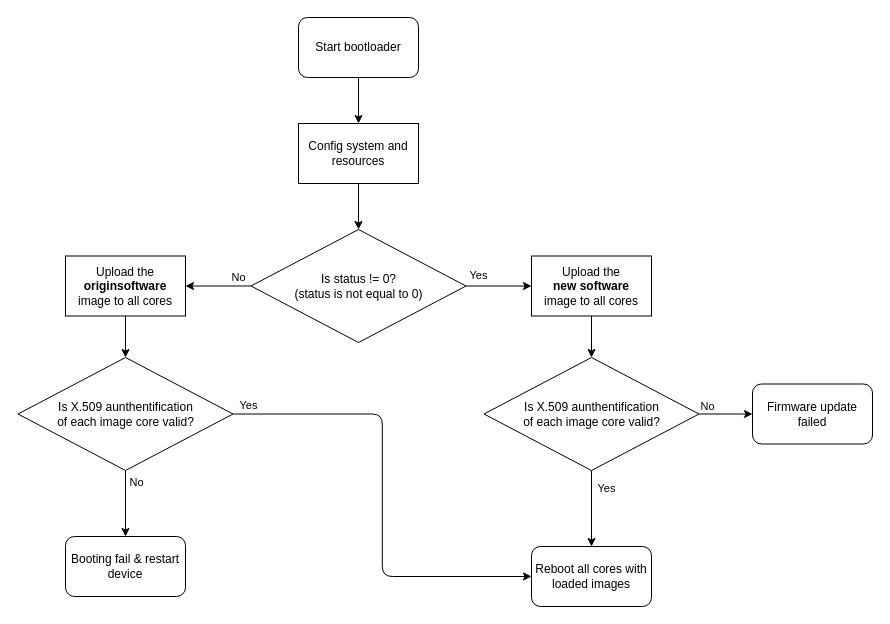
petrkucerak/diplom-thesis keeps this draw.io diagram as schematic/05-sw-flow-bootloader.drawio. Above is the earlier version. Source tidied: cells renumbered, new cells numbered last; positions are measured from the earlier drawing's top-left corner, leaving out a move shared by most shapes. Both pictures are drawn from the tidied source at 100%, with x=0, y=0 at pixel (18, 17).
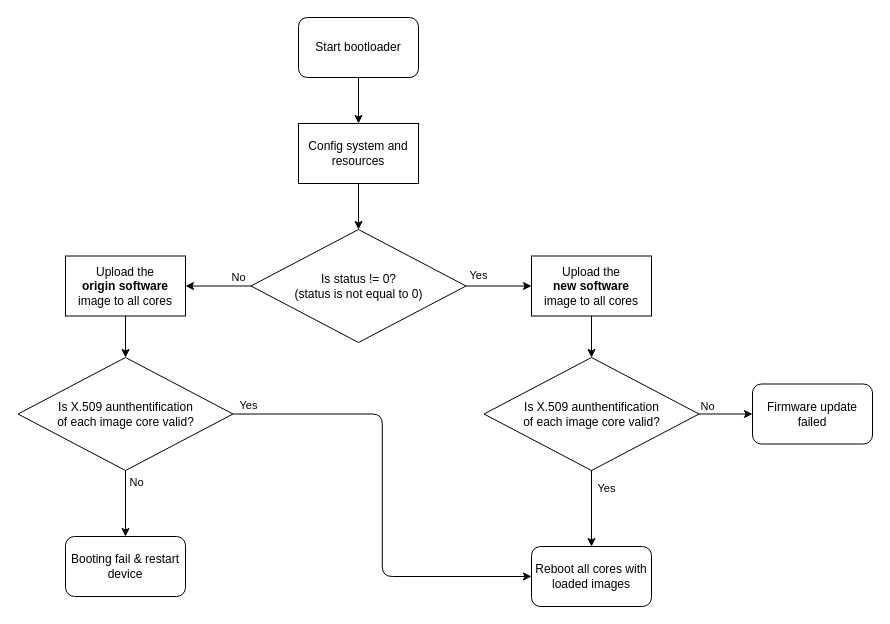
The same diagram, later.

Diff of the diagram source:
```diff
@@
-    <mxCell id="20" value="Upload the&lt;font color=&quot;#000000&quot;&gt;&lt;br&gt;&lt;/font&gt;&lt;b&gt;originsoftware&lt;br&gt;&lt;/b&gt;image to all cores" style="rounded=0;whiteSpace=wrap;html=1;" parent="1" vertex="1">
+    <mxCell id="20" value="Upload the&lt;font color=&quot;#000000&quot;&gt;&lt;br&gt;&lt;/font&gt;&lt;b&gt;origin software&lt;br&gt;&lt;/b&gt;image to all cores" style="rounded=0;whiteSpace=wrap;html=1;" parent="1" vertex="1">
       <mxGeometry x="47" y="238.5" width="120" height="60" as="geometry" />
     </mxCell>
```
